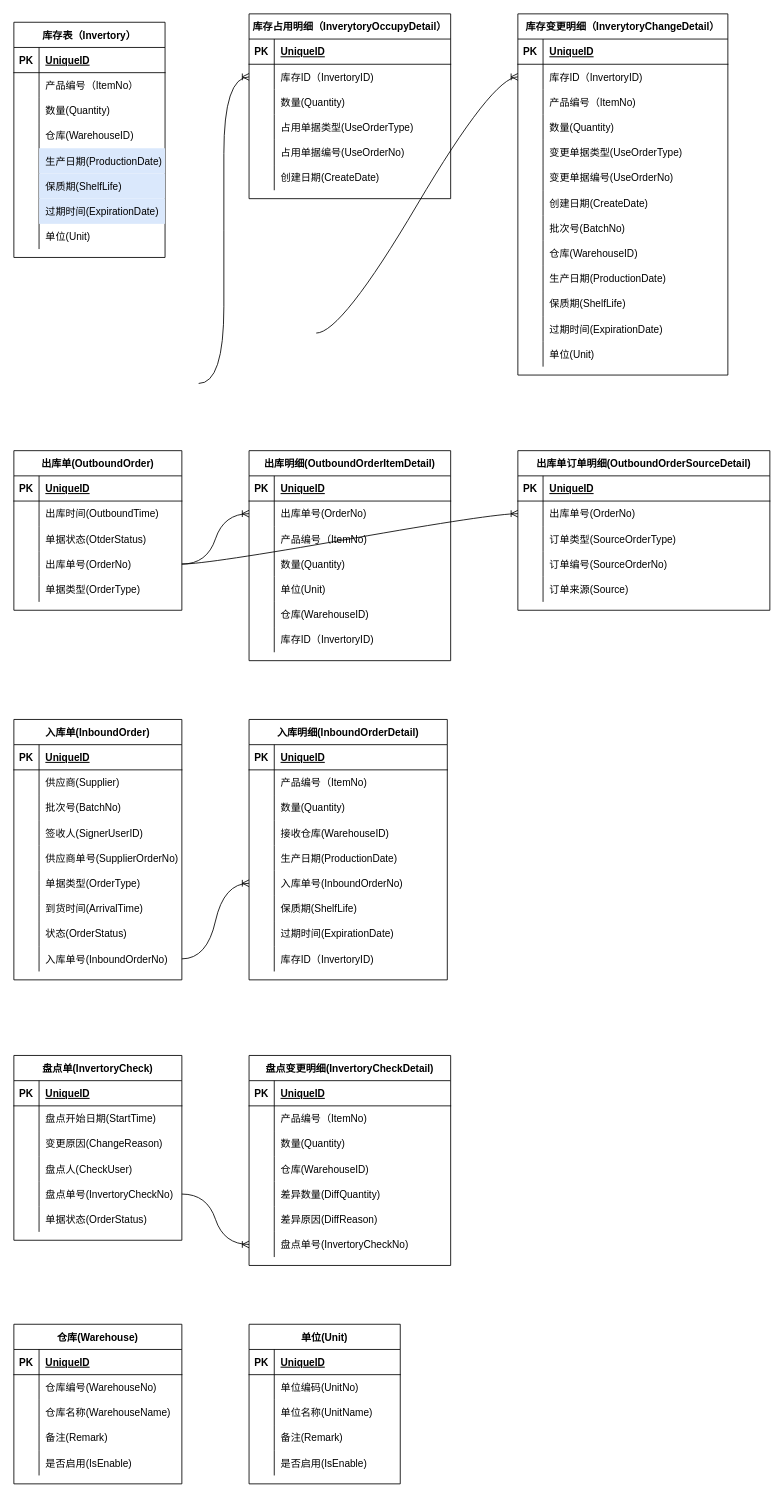
Above: 圣千WMS第一版数据库设计.drawio in canonnk/draw.io.repository (draw.io), before the change. Source tidied: cells renumbered, new cells numbered last; positions are measured from the earlier drawing's top-left corner, leaving out a move shared by most shapes. Both pictures are drawn from the tidied source at 84%, with x=0, y=0 at pixel (13, 13).
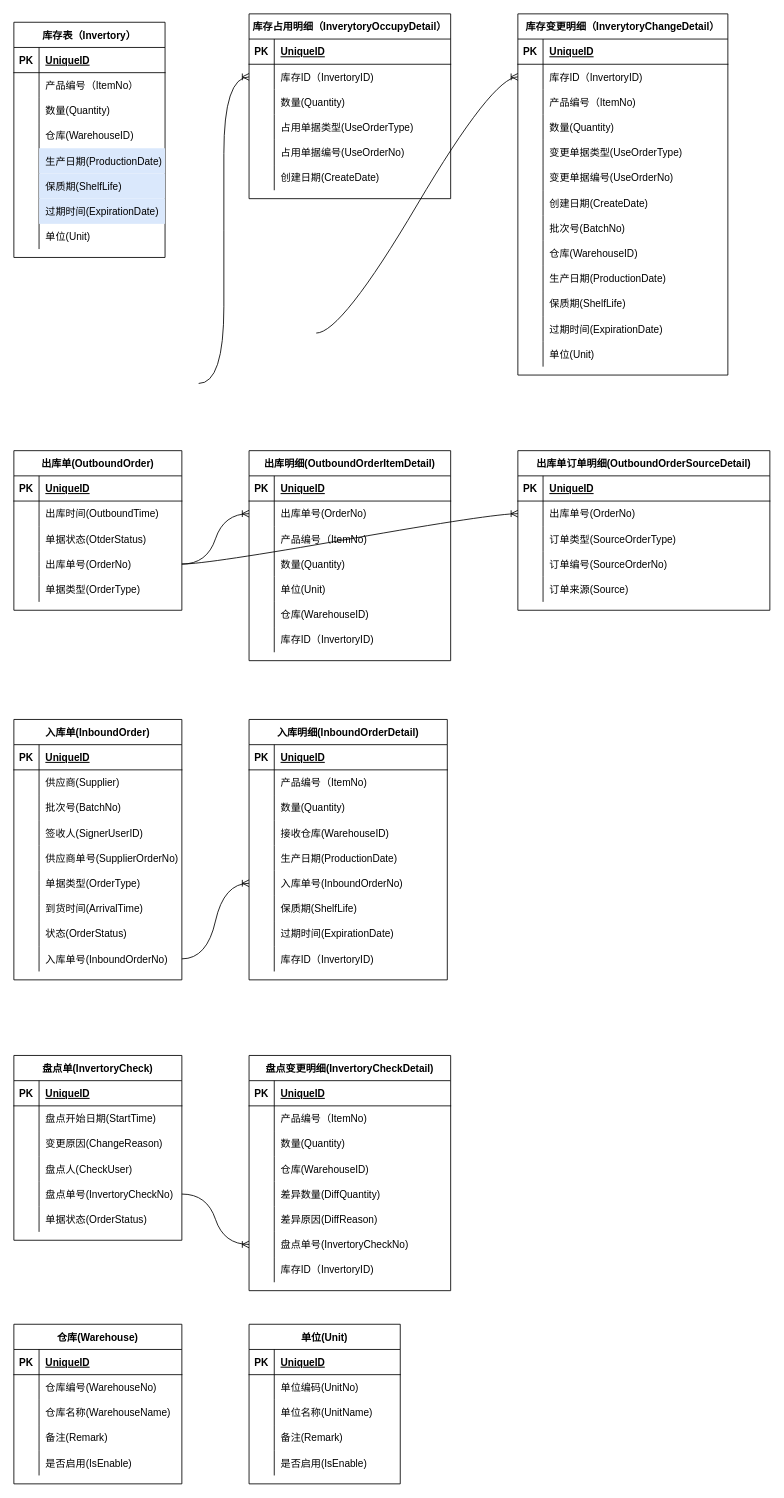
After the change.

Commit message (it also covers changes not shown here):
更新圣千WMS第一版数据库设计.drawio

The edit, as a diff of the source:
```diff
@@
     <mxCell id="235" value="盘点变更明细(InvertoryCheckDetail)" style="shape=table;startSize=30;childLayout=tableLayout;rowLines=0;fontStyle=1;align=center;" parent="1" vertex="1">
-      <mxGeometry x="280" y="1240" width="240" height="250" as="geometry" />
+      <mxGeometry x="280" y="1240" width="240" height="280" as="geometry" />
     </mxCell>
@@
+    <mxCell id="275" style="shape=partialRectangle;fillColor=none;top=0;left=0;bottom=0;right=0;" parent="235" vertex="1">
+      <mxGeometry y="240" width="240" height="30" as="geometry" />
+    </mxCell>
+    <mxCell id="276" style="shape=partialRectangle;fillColor=none;top=0;left=0;bottom=0;right=0;overflow=hidden;" parent="275" vertex="1">
+      <mxGeometry width="30" height="30" as="geometry" />
+    </mxCell>
+    <mxCell id="277" value="库存ID（InvertoryID)" style="shape=partialRectangle;fillColor=none;top=0;left=0;bottom=0;right=0;align=left;spacingLeft=6;overflow=hidden;" parent="275" vertex="1">
+      <mxGeometry x="30" width="210" height="30" as="geometry" />
+    </mxCell>
```
